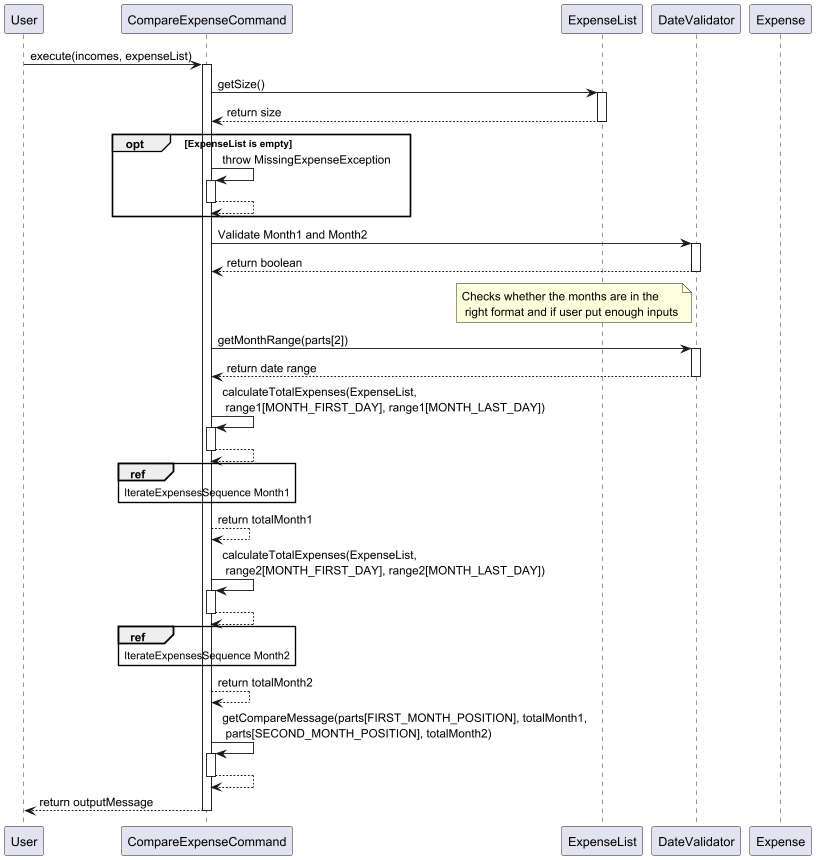
Above: docs/diagrams/CompareExpenseCommandSequence.png in thienkimtranhoang/tp (PlantUML), before the change. Its diagram source:
```plantuml
@startuml
participant "User" as User
participant "CompareExpenseCommand" as CompareExpenseCommand
participant "ExpenseList" as ExpenseList
participant "DateValidator" as DateValidator
participant "Expense" as Expense


User -> CompareExpenseCommand : execute(incomes, expenseList)
activate CompareExpenseCommand
CompareExpenseCommand -> ExpenseList : getSize()
activate ExpenseList
ExpenseList --> CompareExpenseCommand : return size
deactivate ExpenseList

opt ExpenseList is empty
    CompareExpenseCommand -> CompareExpenseCommand : throw MissingExpenseException
    activate CompareExpenseCommand
    CompareExpenseCommand --> CompareExpenseCommand
    deactivate CompareExpenseCommand
end

CompareExpenseCommand -> DateValidator : Validate Month1 and Month2
activate DateValidator
DateValidator --> CompareExpenseCommand : return boolean
deactivate DateValidator
note left of DateValidator
    Checks whether the months are in the
     right format and if user put enough inputs
end note

CompareExpenseCommand -> DateValidator : getMonthRange(parts[2])
activate DateValidator
DateValidator --> CompareExpenseCommand : return date range
deactivate DateValidator

CompareExpenseCommand -> CompareExpenseCommand : calculateTotalExpenses(ExpenseList, \n range1[MONTH_FIRST_DAY], range1[MONTH_LAST_DAY])

activate CompareExpenseCommand
CompareExpenseCommand --> CompareExpenseCommand
deactivate CompareExpenseCommand

ref over CompareExpenseCommand : IterateExpensesSequence Month1

CompareExpenseCommand --> CompareExpenseCommand : return totalMonth1

CompareExpenseCommand -> CompareExpenseCommand : calculateTotalExpenses(ExpenseList, \n range2[MONTH_FIRST_DAY], range2[MONTH_LAST_DAY])

    activate CompareExpenseCommand
    CompareExpenseCommand --> CompareExpenseCommand
    deactivate CompareExpenseCommand

ref over CompareExpenseCommand : IterateExpensesSequence Month2

CompareExpenseCommand --> CompareExpenseCommand : return totalMonth2

CompareExpenseCommand -> CompareExpenseCommand : getCompareMessage(parts[FIRST_MONTH_POSITION], totalMonth1,\n parts[SECOND_MONTH_POSITION], totalMonth2)
    activate CompareExpenseCommand
    CompareExpenseCommand --> CompareExpenseCommand
    deactivate CompareExpenseCommand


User <-- CompareExpenseCommand : return outputMessage
deactivate CompareExpenseCommand
@enduml
```
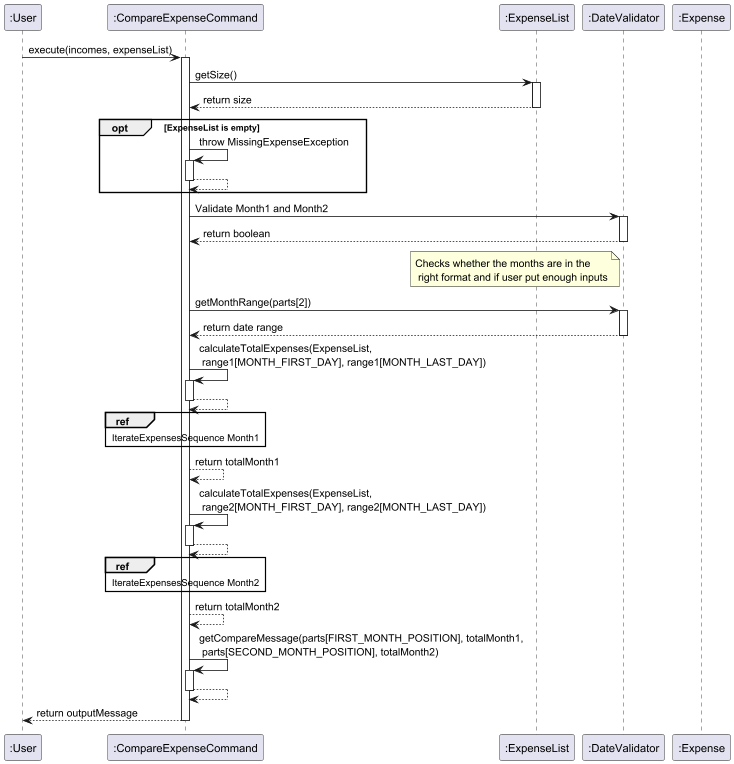
Later version of the same file.

Change to the diagram source:
```diff
@@ -1,9 +1,9 @@
 @startuml
-participant "User" as User
-participant "CompareExpenseCommand" as CompareExpenseCommand
-participant "ExpenseList" as ExpenseList
-participant "DateValidator" as DateValidator
-participant "Expense" as Expense
+participant ":User" as User
+participant ":CompareExpenseCommand" as CompareExpenseCommand
+participant ":ExpenseList" as ExpenseList
+participant ":DateValidator" as DateValidator
+participant ":Expense" as Expense
 
 
 User -> CompareExpenseCommand : execute(incomes, expenseList)
```
